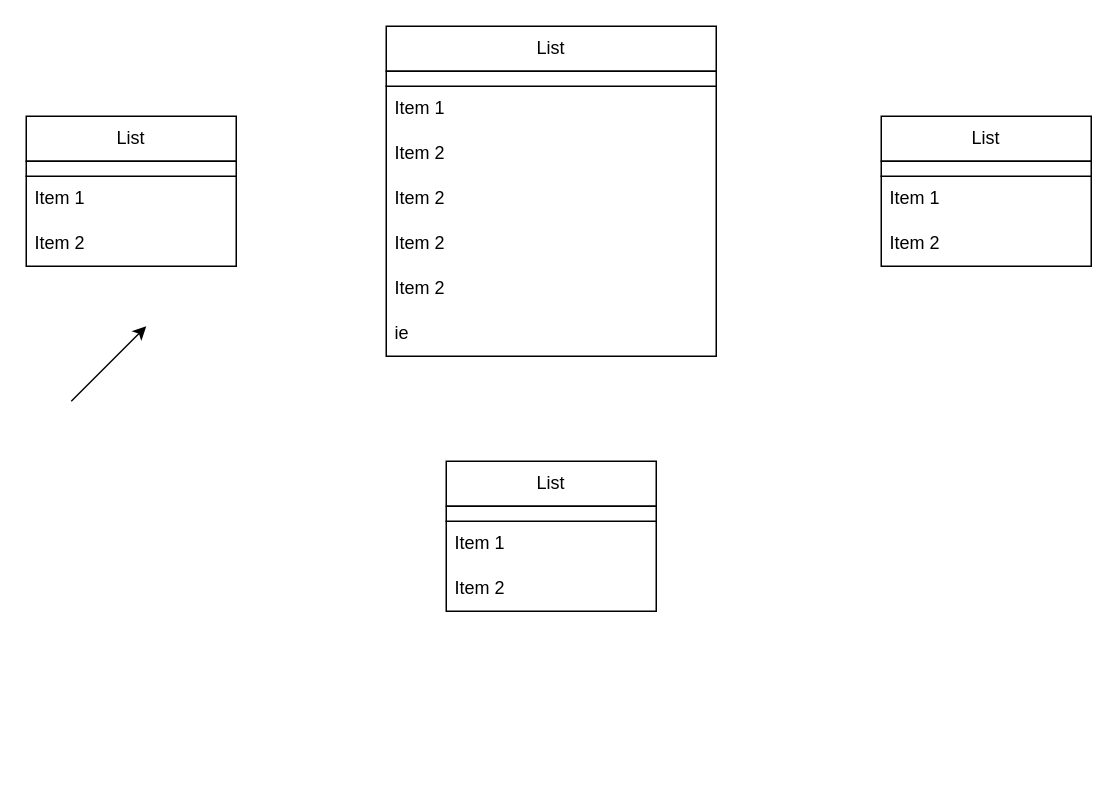
Above: 제목 없는 다이어그램.drawio in smj1746/user (draw.io), before the change. Source tidied: cells renumbered, new cells numbered last; positions are measured from the earlier drawing's top-left corner, leaving out a move shared by most shapes. Both pictures are drawn from the tidied source at 150%, with x=0, y=0 at pixel (26, 26).
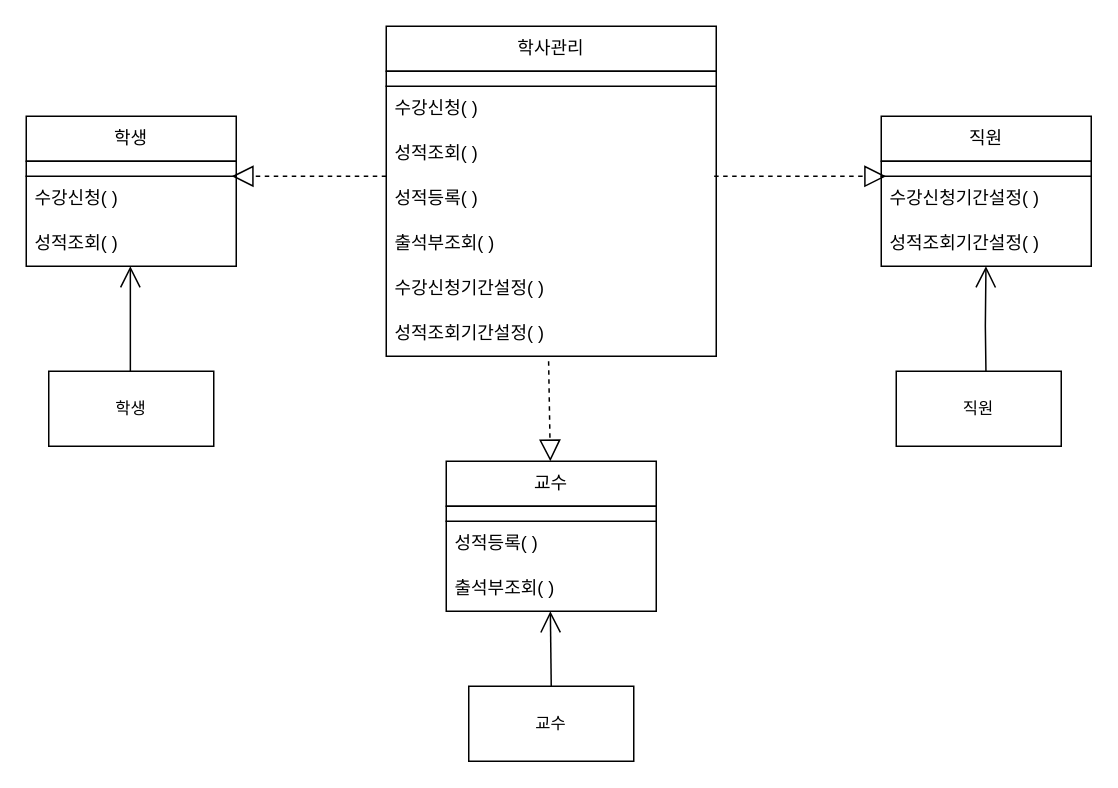
The same page after the edit.

Commit message (it also covers changes not shown here):
제목 없는 다이어그램.drawio 업데이트

The edit, as a diff of the source:
```diff
@@
-    <mxCell id="2" value="List" style="swimlane;fontStyle=0;horizontal=1;startSize=30;whiteSpace=wrap;html=1;" parent="1" vertex="1">
+    <mxCell id="2" value="학사관리" style="swimlane;fontStyle=0;horizontal=1;startSize=30;whiteSpace=wrap;html=1;" parent="1" vertex="1">
       <mxGeometry x="240" width="220" height="220" as="geometry" />
     </mxCell>
@@
-    <mxCell id="4" value="Item 1" style="text;strokeColor=none;fillColor=none;align=left;verticalAlign=middle;spacingLeft=4;spacingRight=4;overflow=hidden;whiteSpace=wrap;html=1;" parent="2" vertex="1">
+    <mxCell id="4" value="수강신청( )" style="text;strokeColor=none;fillColor=none;align=left;verticalAlign=middle;spacingLeft=4;spacingRight=4;overflow=hidden;whiteSpace=wrap;html=1;" parent="2" vertex="1">
       <mxGeometry y="40" width="220" height="30" as="geometry" />
     </mxCell>
-    <mxCell id="5" value="Item 2" style="text;strokeColor=none;fillColor=none;align=left;verticalAlign=middle;spacingLeft=4;spacingRight=4;overflow=hidden;whiteSpace=wrap;html=1;" parent="2" vertex="1">
+    <mxCell id="5" value="성적조회( )" style="text;strokeColor=none;fillColor=none;align=left;verticalAlign=middle;spacingLeft=4;spacingRight=4;overflow=hidden;whiteSpace=wrap;html=1;" parent="2" vertex="1">
       <mxGeometry y="70" width="220" height="30" as="geometry" />
     </mxCell>
+    <mxCell id="23" style="endArrow=block;dashed=1;endFill=0;endSize=12;html=1;rounded=0;strokeColor=default;align=center;verticalAlign=middle;fontFamily=Helvetica;fontSize=11;fontColor=default;labelBackgroundColor=default;exitX=0.492;exitY=1.112;exitDx=0;exitDy=0;exitPerimeter=0;" parent="2" edge="1">
+      <mxGeometry relative="1" as="geometry">
+        <mxPoint y="100" as="sourcePoint" />
+        <mxPoint x="-103" y="100" as="targetPoint" />
+      </mxGeometry>
+    </mxCell>
-    <mxCell id="6" value="Item 2" style="text;strokeColor=none;fillColor=none;align=left;verticalAlign=middle;spacingLeft=4;spacingRight=4;overflow=hidden;whiteSpace=wrap;html=1;" parent="2" vertex="1">
+    <mxCell id="6" value="성적등록( )" style="text;strokeColor=none;fillColor=none;align=left;verticalAlign=middle;spacingLeft=4;spacingRight=4;overflow=hidden;whiteSpace=wrap;html=1;" parent="2" vertex="1">
       <mxGeometry y="100" width="220" height="30" as="geometry" />
     </mxCell>
+    <mxCell id="24" style="endArrow=block;dashed=1;endFill=0;endSize=12;html=1;rounded=0;strokeColor=default;align=center;verticalAlign=middle;fontFamily=Helvetica;fontSize=11;fontColor=default;labelBackgroundColor=default;exitX=0.492;exitY=1.112;exitDx=0;exitDy=0;exitPerimeter=0;entryX=0.023;entryY=0.002;entryDx=0;entryDy=0;entryPerimeter=0;" parent="2" edge="1" target="16">
+      <mxGeometry relative="1" as="geometry">
+        <mxPoint x="218.6" y="100" as="sourcePoint" />
+      </mxGeometry>
+    </mxCell>
-    <mxCell id="7" value="Item 2" style="text;strokeColor=none;fillColor=none;align=left;verticalAlign=middle;spacingLeft=4;spacingRight=4;overflow=hidden;whiteSpace=wrap;html=1;" parent="2" vertex="1">
+    <mxCell id="7" value="출석부조회( )" style="text;strokeColor=none;fillColor=none;align=left;verticalAlign=middle;spacingLeft=4;spacingRight=4;overflow=hidden;whiteSpace=wrap;html=1;" parent="2" vertex="1">
       <mxGeometry y="130" width="220" height="30" as="geometry" />
     </mxCell>
-    <mxCell id="8" value="Item 2" style="text;strokeColor=none;fillColor=none;align=left;verticalAlign=middle;spacingLeft=4;spacingRight=4;overflow=hidden;whiteSpace=wrap;html=1;" parent="2" vertex="1">
+    <mxCell id="8" value="수강신청기간설정( )" style="text;strokeColor=none;fillColor=none;align=left;verticalAlign=middle;spacingLeft=4;spacingRight=4;overflow=hidden;whiteSpace=wrap;html=1;" parent="2" vertex="1">
       <mxGeometry y="160" width="220" height="30" as="geometry" />
     </mxCell>
-    <mxCell id="9" value="ie" style="text;strokeColor=none;fillColor=none;align=left;verticalAlign=middle;spacingLeft=4;spacingRight=4;overflow=hidden;points=[[0,0.5],[1,0.5]];portConstraint=eastwest;whiteSpace=wrap;html=1;" parent="2" vertex="1">
+    <mxCell id="9" value="성적조회기간설정( )" style="text;strokeColor=none;fillColor=none;align=left;verticalAlign=middle;spacingLeft=4;spacingRight=4;overflow=hidden;points=[[0,0.5],[1,0.5]];portConstraint=eastwest;whiteSpace=wrap;html=1;" parent="2" vertex="1">
       <mxGeometry y="190" width="220" height="30" as="geometry" />
     </mxCell>
-    <mxCell id="10" value="List" style="swimlane;fontStyle=0;horizontal=1;startSize=30;whiteSpace=wrap;html=1;" parent="1" vertex="1">
+    <mxCell id="10" value="학생" style="swimlane;fontStyle=0;horizontal=1;startSize=30;whiteSpace=wrap;html=1;" parent="1" vertex="1">
       <mxGeometry y="60" width="140" height="100" as="geometry" />
     </mxCell>
@@
-    <mxCell id="12" value="Item 1" style="text;strokeColor=none;fillColor=none;align=left;verticalAlign=middle;spacingLeft=4;spacingRight=4;overflow=hidden;whiteSpace=wrap;html=1;" parent="10" vertex="1">
+    <mxCell id="12" value="수강신청( )" style="text;strokeColor=none;fillColor=none;align=left;verticalAlign=middle;spacingLeft=4;spacingRight=4;overflow=hidden;whiteSpace=wrap;html=1;" parent="10" vertex="1">
       <mxGeometry y="40" width="140" height="30" as="geometry" />
     </mxCell>
-    <mxCell id="13" value="Item 2" style="text;strokeColor=none;fillColor=none;align=left;verticalAlign=middle;spacingLeft=4;spacingRight=4;overflow=hidden;whiteSpace=wrap;html=1;" parent="10" vertex="1">
+    <mxCell id="13" value="성적조회( )" style="text;strokeColor=none;fillColor=none;align=left;verticalAlign=middle;spacingLeft=4;spacingRight=4;overflow=hidden;whiteSpace=wrap;html=1;" parent="10" vertex="1">
       <mxGeometry y="70" width="140" height="30" as="geometry" />
     </mxCell>
-    <mxCell id="14" value="List" style="swimlane;fontStyle=0;horizontal=1;startSize=30;whiteSpace=wrap;html=1;" parent="1" vertex="1">
+    <mxCell id="14" value="직원" style="swimlane;fontStyle=0;horizontal=1;startSize=30;whiteSpace=wrap;html=1;" parent="1" vertex="1">
       <mxGeometry x="570" y="60" width="140" height="100" as="geometry" />
     </mxCell>
@@
-    <mxCell id="16" value="Item 1" style="text;strokeColor=none;fillColor=none;align=left;verticalAlign=middle;spacingLeft=4;spacingRight=4;overflow=hidden;points=[[0,0.5],[1,0.5]];portConstraint=eastwest;whiteSpace=wrap;html=1;" parent="14" vertex="1">
+    <mxCell id="16" value="수강신청기간설정( )" style="text;strokeColor=none;fillColor=none;align=left;verticalAlign=middle;spacingLeft=4;spacingRight=4;overflow=hidden;points=[[0,0.5],[1,0.5]];portConstraint=eastwest;whiteSpace=wrap;html=1;" parent="14" vertex="1">
       <mxGeometry y="40" width="140" height="30" as="geometry" />
     </mxCell>
-    <mxCell id="17" value="Item 2" style="text;strokeColor=none;fillColor=none;align=left;verticalAlign=middle;spacingLeft=4;spacingRight=4;overflow=hidden;whiteSpace=wrap;html=1;" parent="14" vertex="1">
+    <mxCell id="17" value="성적조회기간설정( )" style="text;strokeColor=none;fillColor=none;align=left;verticalAlign=middle;spacingLeft=4;spacingRight=4;overflow=hidden;whiteSpace=wrap;html=1;" parent="14" vertex="1">
       <mxGeometry y="70" width="140" height="30" as="geometry" />
     </mxCell>
-    <mxCell id="18" value="List" style="swimlane;fontStyle=0;horizontal=1;startSize=30;whiteSpace=wrap;html=1;" parent="1" vertex="1">
+    <mxCell id="18" value="교수" style="swimlane;fontStyle=0;horizontal=1;startSize=30;whiteSpace=wrap;html=1;" parent="1" vertex="1">
       <mxGeometry x="280" y="290" width="140" height="100" as="geometry" />
     </mxCell>
@@
-    <mxCell id="20" value="Item 1" style="text;strokeColor=none;fillColor=none;align=left;verticalAlign=middle;spacingLeft=4;spacingRight=4;overflow=hidden;whiteSpace=wrap;html=1;" parent="18" vertex="1">
+    <mxCell id="20" value="성적등록( )" style="text;strokeColor=none;fillColor=none;align=left;verticalAlign=middle;spacingLeft=4;spacingRight=4;overflow=hidden;whiteSpace=wrap;html=1;" parent="18" vertex="1">
       <mxGeometry y="40" width="140" height="30" as="geometry" />
     </mxCell>
-    <mxCell id="21" value="Item 2" style="text;strokeColor=none;fillColor=none;align=left;verticalAlign=middle;spacingLeft=4;spacingRight=4;overflow=hidden;whiteSpace=wrap;html=1;" parent="18" vertex="1">
+    <mxCell id="21" value="출석부조회( )" style="text;strokeColor=none;fillColor=none;align=left;verticalAlign=middle;spacingLeft=4;spacingRight=4;overflow=hidden;whiteSpace=wrap;html=1;" parent="18" vertex="1">
       <mxGeometry y="70" width="140" height="30" as="geometry" />
     </mxCell>
-    <mxCell id="22" style="endArrow=classic;html=1;rounded=0;" parent="1" edge="1">
-      <mxGeometry relative="1" as="geometry">
-        <mxPoint x="30" y="250" as="sourcePoint" />
-        <mxPoint x="80" y="200" as="targetPoint" />
-        <Array as="points">
-          <mxPoint x="60" y="220" />
-        </Array>
-      </mxGeometry>
-    </mxCell>
+    <mxCell id="25" style="endArrow=block;dashed=1;endFill=0;endSize=12;html=1;rounded=0;strokeColor=default;align=center;verticalAlign=middle;fontFamily=Helvetica;fontSize=11;fontColor=default;labelBackgroundColor=default;exitX=0.492;exitY=1.112;exitDx=0;exitDy=0;exitPerimeter=0;" parent="1" edge="1" source="9">
+      <mxGeometry relative="1" as="geometry">
+        <mxPoint x="349.4" y="290" as="targetPoint" />
+      </mxGeometry>
+    </mxCell>
+    <mxCell id="26" style="endArrow=open;endFill=1;endSize=12;html=1;rounded=0;strokeColor=default;align=center;verticalAlign=middle;fontFamily=Helvetica;fontSize=11;fontColor=default;labelBackgroundColor=default;" parent="1" edge="1">
+      <mxGeometry relative="1" as="geometry">
+        <mxPoint x="69.4" y="230" as="sourcePoint" />
+        <mxPoint x="69.4" y="160" as="targetPoint" />
+      </mxGeometry>
+    </mxCell>
+    <mxCell id="27" style="endArrow=open;endFill=1;endSize=12;html=1;rounded=0;strokeColor=default;align=center;verticalAlign=middle;fontFamily=Helvetica;fontSize=11;fontColor=default;labelBackgroundColor=default;" parent="1" edge="1">
+      <mxGeometry relative="1" as="geometry">
+        <mxPoint x="639.8" y="230" as="sourcePoint" />
+        <mxPoint x="639.8" y="160" as="targetPoint" />
+        <Array as="points">
+          <mxPoint x="639.4" y="200" />
+        </Array>
+      </mxGeometry>
+    </mxCell>
+    <mxCell id="28" style="endArrow=open;endFill=1;endSize=12;html=1;rounded=0;strokeColor=default;align=center;verticalAlign=middle;fontFamily=Helvetica;fontSize=11;fontColor=default;labelBackgroundColor=default;" parent="1" edge="1">
+      <mxGeometry relative="1" as="geometry">
+        <mxPoint x="350" y="440" as="sourcePoint" />
+        <mxPoint x="349.4" y="390" as="targetPoint" />
+      </mxGeometry>
+    </mxCell>
+    <mxCell id="29" value="학생" style="html=1;whiteSpace=wrap;fontFamily=Helvetica;fontSize=11;fontColor=default;labelBackgroundColor=default;" parent="1" vertex="1">
+      <mxGeometry x="15" y="230" width="110" height="50" as="geometry" />
+    </mxCell>
+    <mxCell id="30" value="직원" style="html=1;whiteSpace=wrap;fontFamily=Helvetica;fontSize=11;fontColor=default;labelBackgroundColor=default;" parent="1" vertex="1">
+      <mxGeometry x="580" y="230" width="110" height="50" as="geometry" />
+    </mxCell>
+    <mxCell id="31" value="교수" style="html=1;whiteSpace=wrap;fontFamily=Helvetica;fontSize=11;fontColor=default;labelBackgroundColor=default;" parent="1" vertex="1">
+      <mxGeometry x="295" y="440" width="110" height="50" as="geometry" />
+    </mxCell>
```
